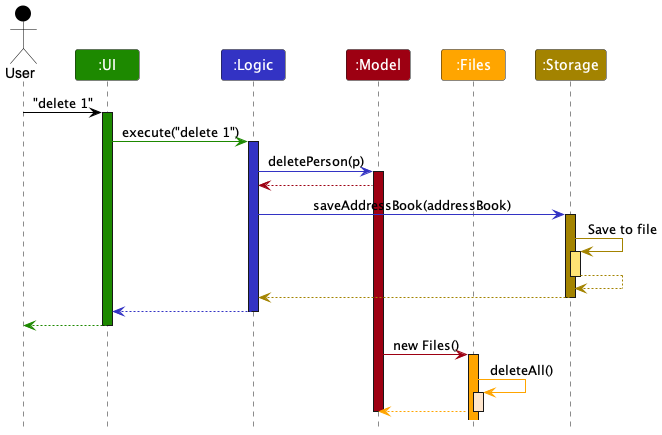
This is docs/images/ArchitectureSequenceDiagram.png from nus-cs2103-AY2223S2/tp, a PlantUML export, as it was before one commit.
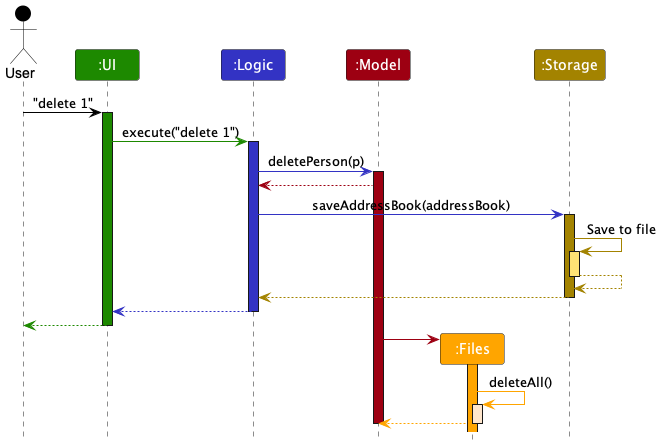
The same diagram one commit later.

Diff of the diagram source:
```diff
@@ -36,7 +36,8 @@
 ui--[UI_COLOR]> user
 deactivate ui
 
-model -[MODEL_COLOR]> files : new Files()
+create files
+model -[MODEL_COLOR]> files :
 activate files FILES_COLOR
 
 files -[FILES_COLOR]> files : deleteAll()
```
